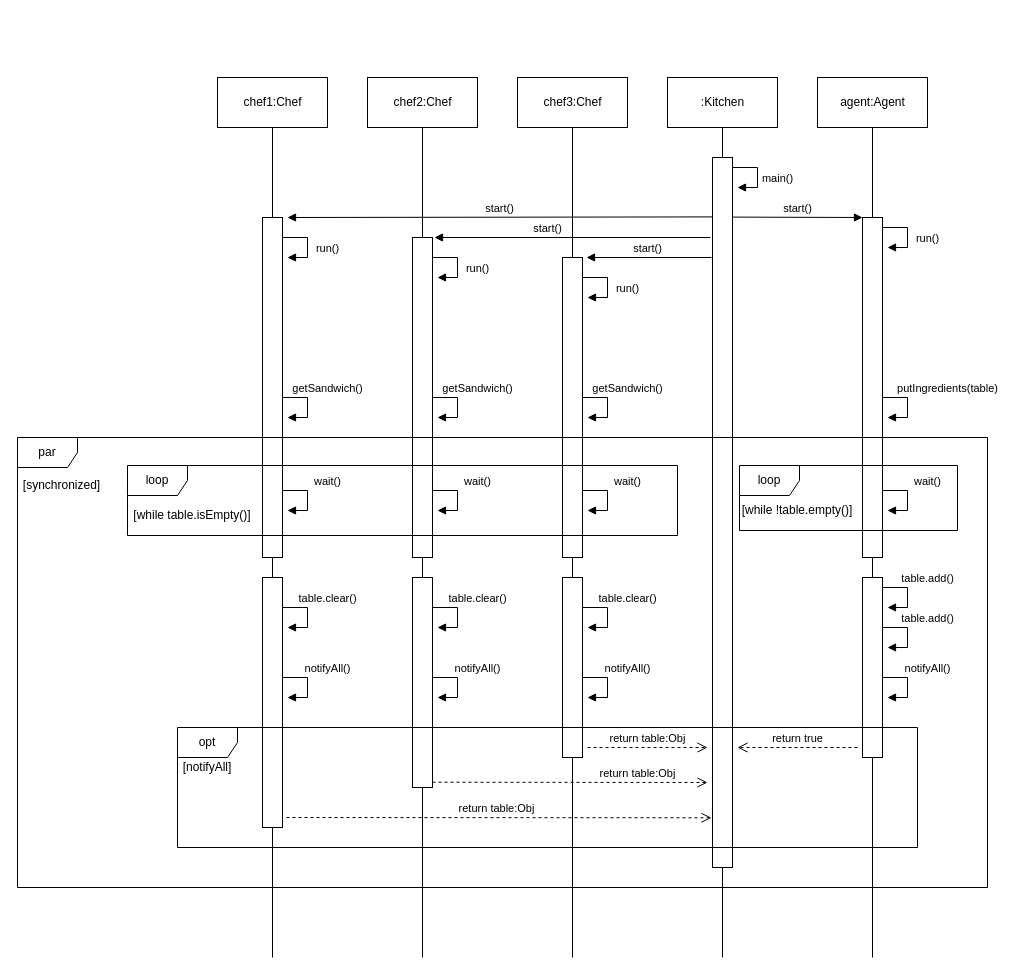
The draw.io diagram page "sequence" (2 of 2) of UML.drawio in trong0dn/sandwich-problem, before the edit. Source tidied: cells renumbered, new cells numbered last; positions are measured from the earlier drawing's top-left corner, leaving out a move shared by most shapes. Both pictures are drawn from the tidied source at 100%, with x=0, y=0 at pixel (17, 77).
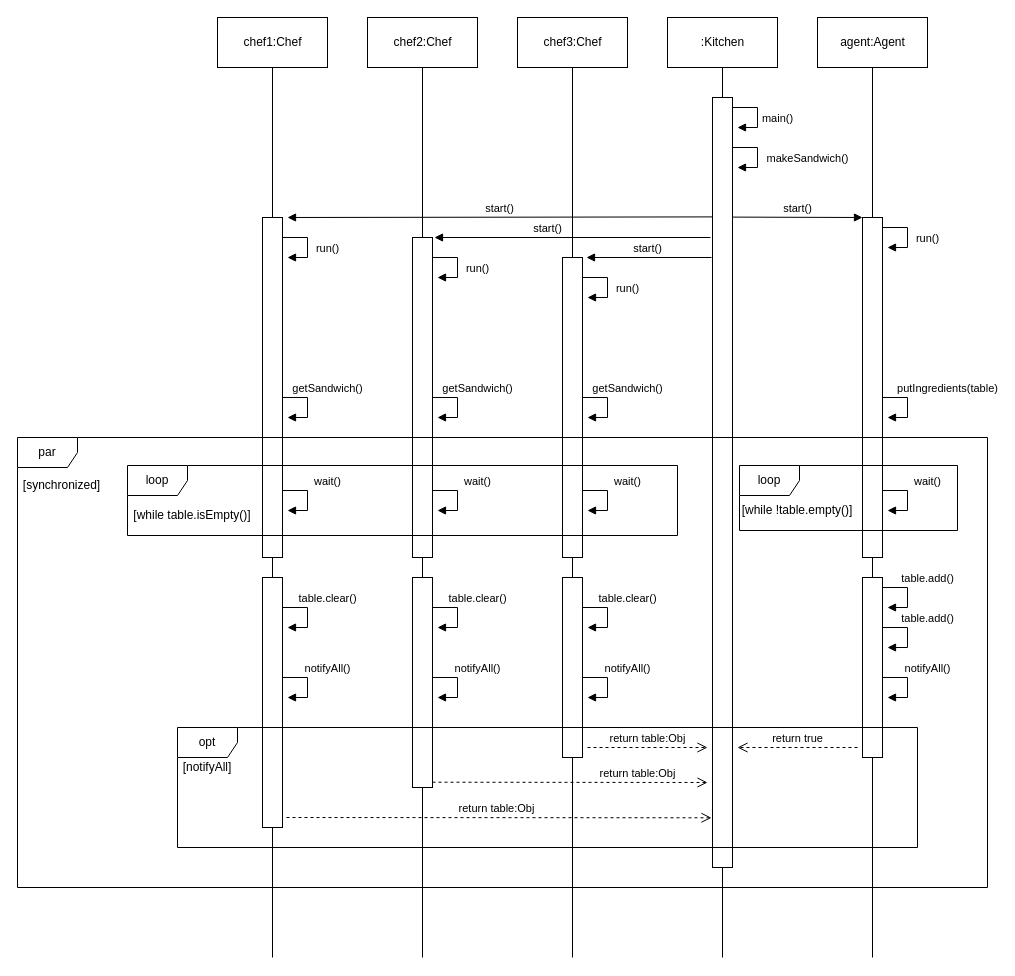
The same diagram, later.

What changed in the source:
```diff
@@
     <mxCell id="2" value="agent:Agent" style="html=1;" parent="1" vertex="1">
-      <mxGeometry x="800" width="110" height="50" as="geometry" />
+      <mxGeometry x="800" y="-60" width="110" height="50" as="geometry" />
     </mxCell>
@@
     <mxCell id="8" value="chef1:Chef" style="html=1;" parent="1" vertex="1">
-      <mxGeometry x="200" width="110" height="50" as="geometry" />
+      <mxGeometry x="200" y="-60" width="110" height="50" as="geometry" />
     </mxCell>
@@
     <mxCell id="14" value="chef2:Chef" style="html=1;" parent="1" vertex="1">
-      <mxGeometry x="350" width="110" height="50" as="geometry" />
+      <mxGeometry x="350" y="-60" width="110" height="50" as="geometry" />
     </mxCell>
@@
     <mxCell id="20" value="chef3:Chef" style="html=1;" parent="1" vertex="1">
-      <mxGeometry x="500" width="110" height="50" as="geometry" />
+      <mxGeometry x="500" y="-60" width="110" height="50" as="geometry" />
     </mxCell>
@@
     <mxCell id="26" value=":Kitchen" style="html=1;" parent="1" vertex="1">
-      <mxGeometry x="650" width="110" height="50" as="geometry" />
+      <mxGeometry x="650" y="-60" width="110" height="50" as="geometry" />
     </mxCell>
@@
     <mxCell id="28" style="rounded=0;whiteSpace=wrap;html=1;" parent="1" vertex="1">
-      <mxGeometry x="695" y="80" width="20" height="710" as="geometry" />
+      <mxGeometry x="695" y="20" width="20" height="770" as="geometry" />
     </mxCell>
@@
     <mxCell id="30" value="main()" style="html=1;verticalAlign=bottom;endArrow=block;rounded=0;" parent="1" edge="1">
       <mxGeometry x="0.38" y="-20" relative="1" as="geometry">
-        <mxPoint x="715" y="90" as="sourcePoint" />
-        <mxPoint x="720" y="110" as="targetPoint" />
+        <mxPoint x="715" y="30" as="sourcePoint" />
+        <mxPoint x="720" y="50" as="targetPoint" />
         <Array as="points">
-          <mxPoint x="740" y="90" />
-          <mxPoint x="740" y="110" />
+          <mxPoint x="740" y="30" />
+          <mxPoint x="740" y="50" />
         </Array>
         <mxPoint x="20" y="20" as="offset" />
       </mxGeometry>
     </mxCell>
@@
+    <mxCell id="70" value="makeSandwich()" style="html=1;verticalAlign=bottom;endArrow=block;rounded=0;" parent="1" edge="1">
+      <mxGeometry x="0.38" y="-50" relative="1" as="geometry">
+        <mxPoint x="715" y="70" as="sourcePoint" />
+        <mxPoint x="720" y="90" as="targetPoint" />
+        <Array as="points">
+          <mxPoint x="740" y="70" />
+          <mxPoint x="740" y="90" />
+        </Array>
+        <mxPoint x="50" y="50" as="offset" />
+      </mxGeometry>
+    </mxCell>
```
